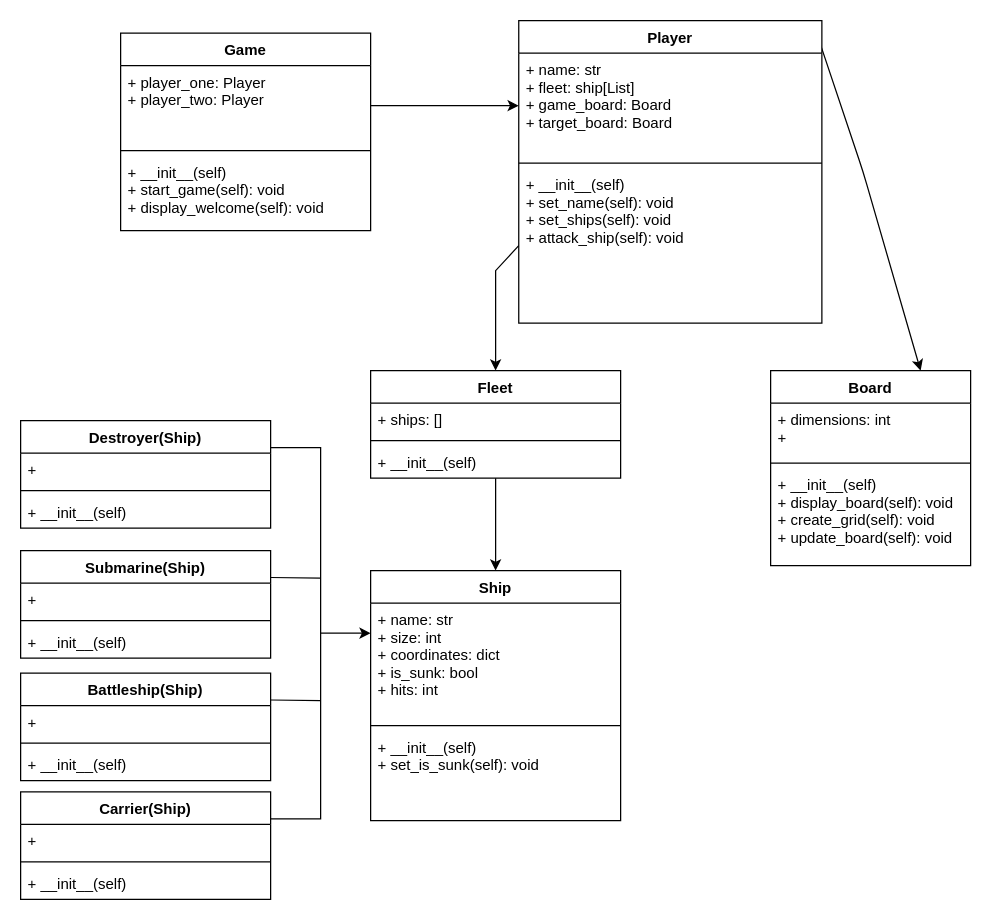
christianbeckham/battleship keeps this draw.io diagram as battleship-uml.drawio. Above is the earlier version. Source tidied: cells renumbered, new cells numbered last; positions are measured from the earlier drawing's top-left corner, leaving out a move shared by most shapes. Both pictures are drawn from the tidied source at 125%, with x=0, y=0 at pixel (20, 20).
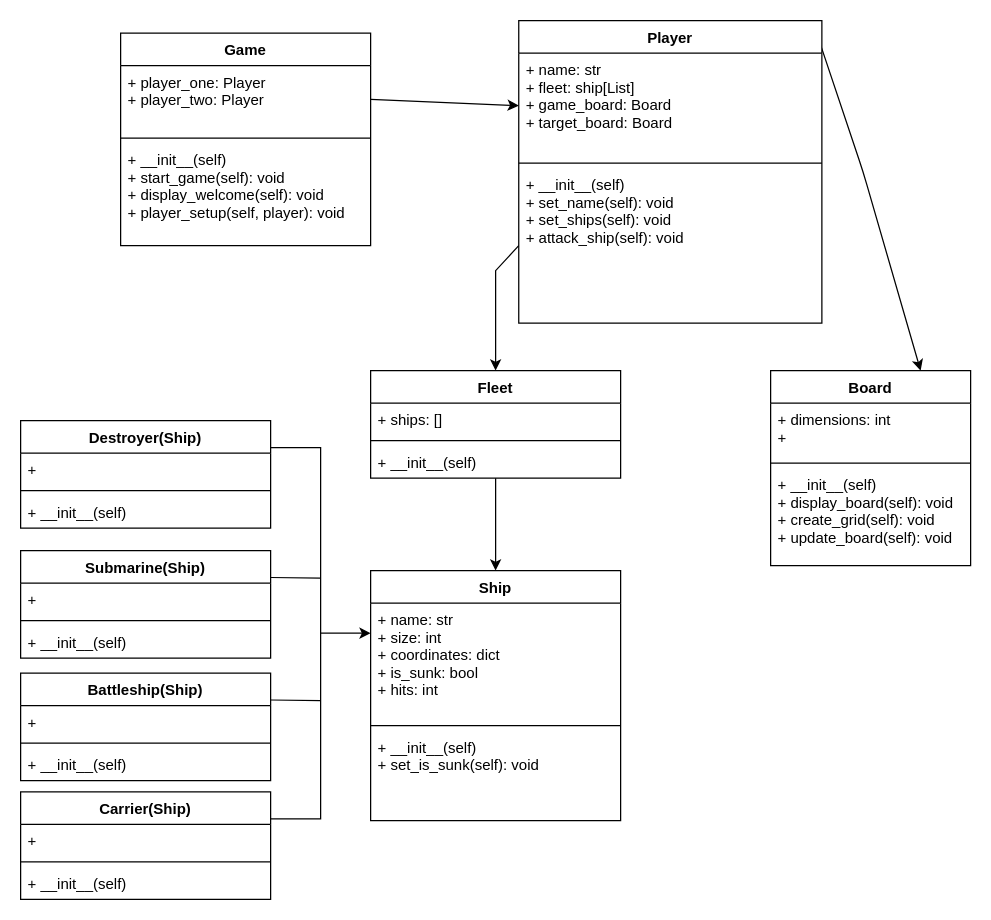
Above is the later version.

Commit message:
docs: updated battleship UML diagram

Diff of the diagram source:
```diff
@@
     <mxCell id="6" value="Game" style="swimlane;fontStyle=1;align=center;verticalAlign=top;horizontal=1;startSize=26;" parent="1" vertex="1">
-      <mxGeometry x="80" y="10" width="200" height="158" as="geometry" />
+      <mxGeometry x="80" y="10" width="200" height="170" as="geometry" />
     </mxCell>
     <mxCell id="7" value="+ player_one: Player&#10;+ player_two: Player" style="text;strokeColor=none;fillColor=none;align=left;verticalAlign=top;spacingLeft=4;spacingRight=4;overflow=hidden;points=[[0,0.5],[1,0.5]];portConstraint=eastwest;" parent="6" vertex="1">
-      <mxGeometry y="26" width="200" height="64" as="geometry" />
+      <mxGeometry y="26" width="200" height="54" as="geometry" />
     </mxCell>
     <mxCell id="8" style="line;strokeWidth=1;fillColor=none;align=left;verticalAlign=middle;spacingTop=-1;spacingLeft=3;spacingRight=3;labelPosition=right;" parent="6" vertex="1">
-      <mxGeometry y="90" width="200" height="8" as="geometry" />
+      <mxGeometry y="80" width="200" height="8" as="geometry" />
     </mxCell>
-    <mxCell id="9" value="+ __init__(self)&#10;+ start_game(self): void&#10;+ display_welcome(self): void" style="text;strokeColor=none;fillColor=none;align=left;verticalAlign=top;spacingLeft=4;spacingRight=4;overflow=hidden;" parent="6" vertex="1">
-      <mxGeometry y="98" width="200" height="60" as="geometry" />
+    <mxCell id="9" value="+ __init__(self)&#10;+ start_game(self): void&#10;+ display_welcome(self): void&#10;+ player_setup(self, player): void" style="text;strokeColor=none;fillColor=none;align=left;verticalAlign=top;spacingLeft=4;spacingRight=4;overflow=hidden;" parent="6" vertex="1">
+      <mxGeometry y="88" width="200" height="82" as="geometry" />
     </mxCell>
```
